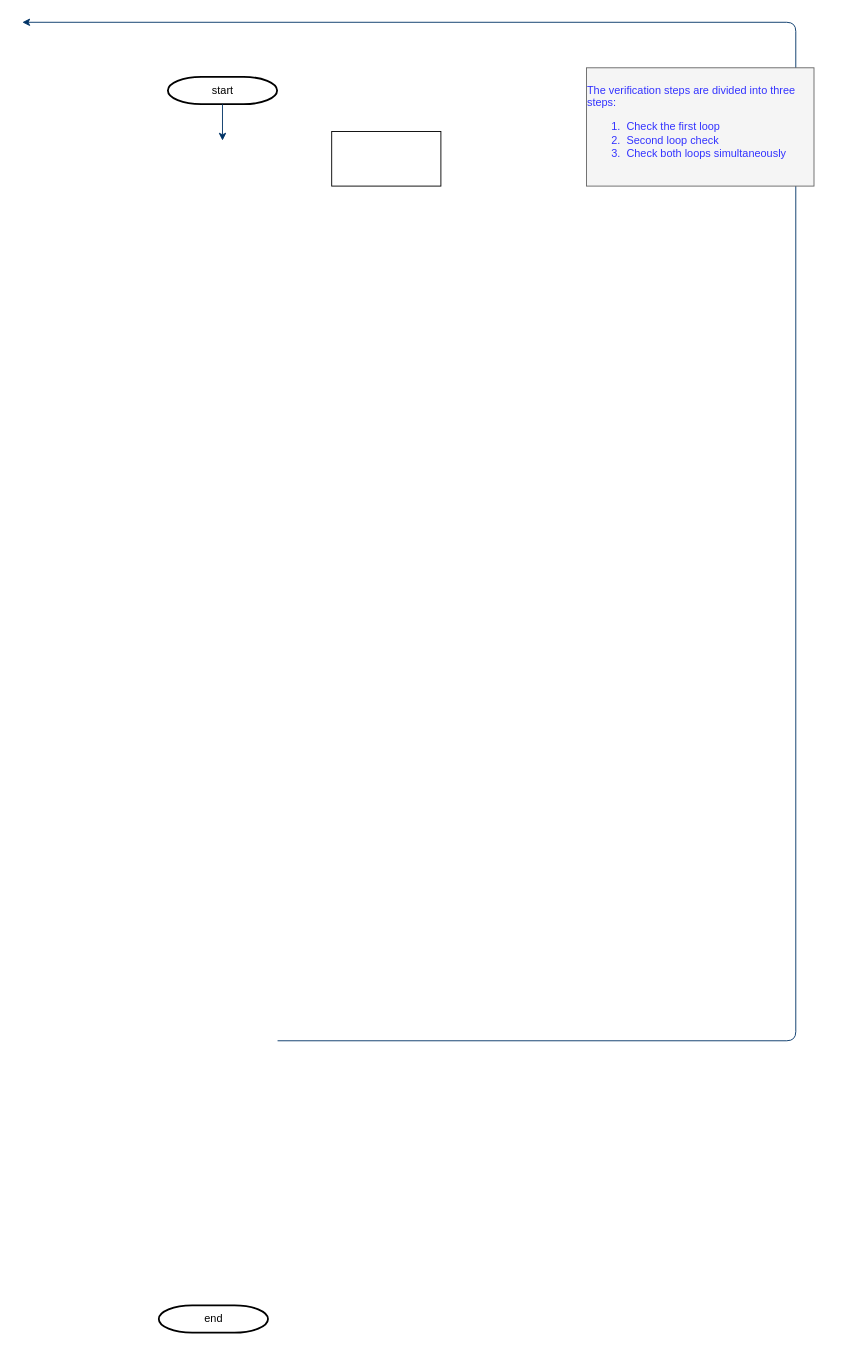
This is Untitled Diagram.drawio from GenyEEM/Doc, a draw.io file, before an edit. Source tidied: cells renumbered, new cells numbered last; positions are measured from the earlier drawing's top-left corner, leaving out a move shared by most shapes. Both pictures are drawn from the tidied source at 91%, with x=0, y=0 at pixel (22, 22).
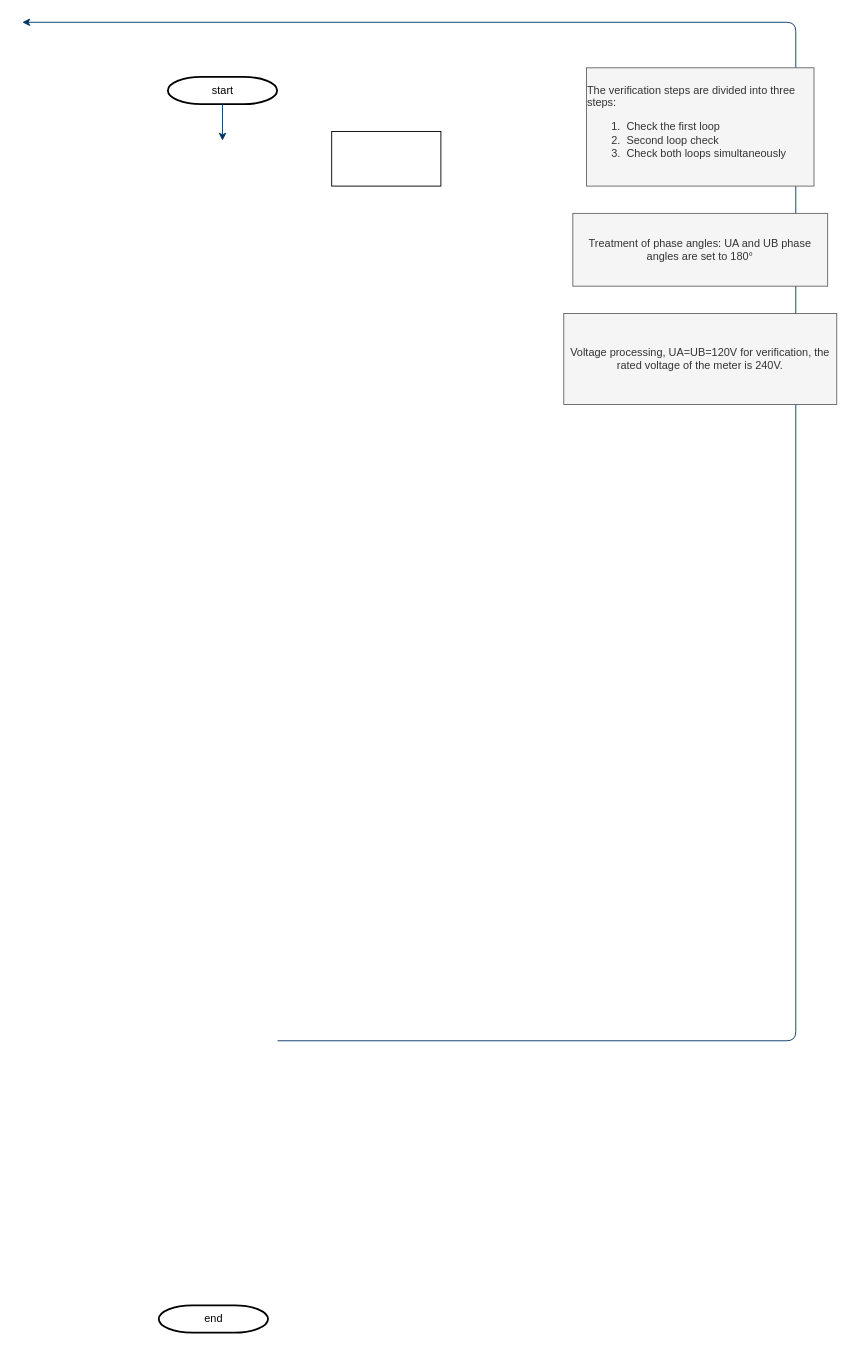
The same diagram, later.

What changed in the source:
```diff
@@
 <mxGraphModel>
   <root>
     <mxCell id="0" />
     <mxCell id="1" parent="0" />
     <mxCell id="2" value="start" style="shape=mxgraph.flowchart.terminator;strokeWidth=2;gradientColor=none;gradientDirection=north;fontStyle=0;html=1;" parent="1" vertex="1">
       <mxGeometry x="160" y="60" width="120" height="30" as="geometry" />
     </mxCell>
     <mxCell id="3" style="fontStyle=1;strokeColor=#003366;strokeWidth=1;html=1;" parent="1" edge="1" source="2">
       <mxGeometry relative="1" as="geometry">
         <mxPoint x="220" y="130" as="targetPoint" />
       </mxGeometry>
     </mxCell>
     <mxCell id="4" value="end" style="shape=mxgraph.flowchart.terminator;strokeWidth=2;gradientColor=none;gradientDirection=north;fontStyle=0;html=1;" parent="1" vertex="1">
       <mxGeometry x="150" y="1410" width="120" height="30" as="geometry" />
     </mxCell>
     <mxCell id="5" style="edgeStyle=elbowEdgeStyle;elbow=horizontal;exitX=1;exitY=0.5;exitPerimeter=0;entryX=0.905;entryY=0.5;entryPerimeter=0;fontStyle=1;strokeColor=#003366;strokeWidth=1;html=1;" parent="1" edge="1">
       <mxGeometry as="geometry">
         <mxPoint x="280.5" y="1119.2" as="sourcePoint" />
         <mxPoint as="targetPoint" />
         <Array as="points">
           <mxPoint x="850" y="1320" />
         </Array>
       </mxGeometry>
     </mxCell>
     <mxCell id="6" style="rounded=0;whiteSpace=wrap;html=1;" parent="1" vertex="1">
       <mxGeometry x="340" y="120" width="120" height="60" as="geometry" />
     </mxCell>
-    <mxCell id="7" value="&lt;div style=&quot;text-align: left; font-size: 12px;&quot;&gt;&lt;span style=&quot;font-size: 12px;&quot;&gt;The verification steps are divided into three steps:&lt;/span&gt;&lt;/div&gt;&lt;ol style=&quot;font-size: 12px;&quot;&gt;&lt;li style=&quot;text-align: left; font-size: 12px;&quot;&gt;&amp;nbsp;Check the first loop&lt;/li&gt;&lt;li style=&quot;text-align: left; font-size: 12px;&quot;&gt;&amp;nbsp;Second loop check&lt;/li&gt;&lt;li style=&quot;text-align: left; font-size: 12px;&quot;&gt;&amp;nbsp;Check both loops simultaneously&lt;/li&gt;&lt;/ol&gt;" style="text;html=1;strokeColor=#666666;fillColor=#f5f5f5;align=center;verticalAlign=middle;whiteSpace=wrap;rounded=0;fontSize=12;fontColor=#3333FF;" parent="1" vertex="1">
+    <mxCell id="7" value="&lt;div style=&quot;text-align: left; font-size: 12px;&quot;&gt;&lt;span style=&quot;font-size: 12px;&quot;&gt;The verification steps are divided into three steps:&lt;/span&gt;&lt;/div&gt;&lt;ol style=&quot;font-size: 12px;&quot;&gt;&lt;li style=&quot;text-align: left; font-size: 12px;&quot;&gt;&amp;nbsp;Check the first loop&lt;/li&gt;&lt;li style=&quot;text-align: left; font-size: 12px;&quot;&gt;&amp;nbsp;Second loop check&lt;/li&gt;&lt;li style=&quot;text-align: left; font-size: 12px;&quot;&gt;&amp;nbsp;Check both loops simultaneously&lt;/li&gt;&lt;/ol&gt;" style="text;html=1;strokeColor=#666666;fillColor=#f5f5f5;align=center;verticalAlign=middle;whiteSpace=wrap;rounded=0;fontSize=12;fontColor=#333333;" parent="1" vertex="1">
       <mxGeometry x="620" y="50" width="250" height="130" as="geometry" />
     </mxCell>
+    <mxCell id="8" value="Treatment of phase angles: UA and UB phase angles are set to 180°" style="text;html=1;strokeColor=#666666;fillColor=#f5f5f5;align=center;verticalAlign=middle;whiteSpace=wrap;rounded=0;fontSize=12;fontColor=#333333;" parent="1" vertex="1">
+      <mxGeometry x="605" y="210" width="280" height="80" as="geometry" />
+    </mxCell>
+    <mxCell id="9" value="Voltage processing, UA=UB=120V for verification, the rated voltage of the meter is 240V." style="text;html=1;strokeColor=#666666;fillColor=#f5f5f5;align=center;verticalAlign=middle;whiteSpace=wrap;rounded=0;fontSize=12;fontColor=#333333;" parent="1" vertex="1">
+      <mxGeometry x="595" y="320" width="300" height="100" as="geometry" />
+    </mxCell>
   </root>
 </mxGraphModel>
```
